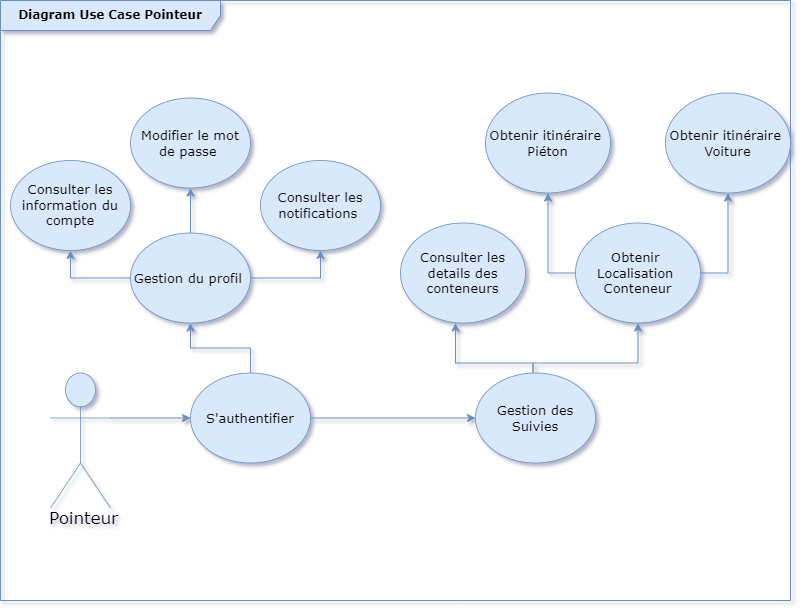
Earlier version of the draw.io export diagrammes/Diagramme UseCase Pointeur.drawio.png (AmineLadrem/Tracking-Containers). Source tidied: cells renumbered, new cells last; positions are measured from the earlier drawing's top-left corner, leaving out a move shared by most shapes.
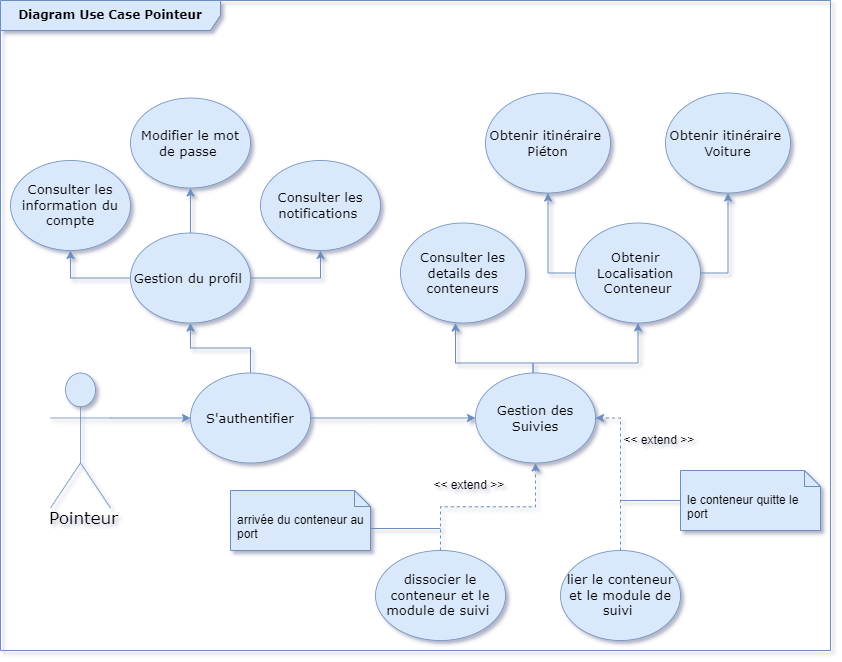
Later version of the same file.

The edit, as a diff of the source:
```diff
@@ -3,7 +3,7 @@
     <mxCell id="0" />
     <mxCell id="1" parent="0" />
     <mxCell id="2" value="&lt;font face=&quot;Verdana&quot;&gt;&lt;b&gt;Diagram Use Case Pointeur&lt;/b&gt;&lt;/font&gt;" style="shape=umlFrame;whiteSpace=wrap;html=1;width=220;fillColor=#dae8fc;strokeColor=#6c8ebf;height=30;" parent="1" vertex="1">
-      <mxGeometry width="790" height="600" as="geometry" />
+      <mxGeometry width="830" height="650" as="geometry" />
     </mxCell>
     <mxCell id="3" value="Consulter les &#10;details des conteneurs" style="html=1;overflow=block;blockSpacing=1;whiteSpace=wrap;ellipse;fontSize=13;spacing=3.8;strokeOpacity=100;rounded=1;absoluteArcSize=1;arcSize=9;strokeWidth=0.8;fillColor=#dae8fc;strokeColor=#6c8ebf;fontFamily=Verdana;" parent="2" vertex="1">
       <mxGeometry x="400" y="222.5" width="125" height="100" as="geometry" />
@@ -81,5 +81,39 @@
     <mxCell id="23" value="Consulter les notifications&amp;nbsp;" style="html=1;overflow=block;blockSpacing=1;whiteSpace=wrap;ellipse;fontSize=13;spacing=3.8;strokeOpacity=100;rounded=1;absoluteArcSize=1;arcSize=9;strokeWidth=0.8;fillColor=#dae8fc;strokeColor=#6c8ebf;fontFamily=Verdana;" parent="2" vertex="1">
       <mxGeometry x="260" y="160" width="120" height="90" as="geometry" />
     </mxCell>
+    <mxCell id="24" style="edgeStyle=orthogonalEdgeStyle;rounded=0;jettySize=auto;html=1;exitX=0.5;exitY=0;exitDx=0;exitDy=0;fillColor=#dae8fc;strokeColor=#6c8ebf;dashed=1;" parent="2" edge="1" source="25" target="8">
+      <mxGeometry relative="1" as="geometry" />
+    </mxCell>
+    <mxCell id="25" value="dissocier le conteneur et le module de suivi&amp;nbsp;" style="html=1;overflow=block;blockSpacing=1;whiteSpace=wrap;ellipse;fontSize=13;spacing=3.8;strokeOpacity=100;rounded=1;absoluteArcSize=1;arcSize=9;strokeWidth=0.8;fillColor=#dae8fc;strokeColor=#6c8ebf;fontFamily=Verdana;" parent="2" vertex="1">
+      <mxGeometry x="375" y="550" width="130" height="90" as="geometry" />
+    </mxCell>
+    <mxCell id="26" style="edgeStyle=orthogonalEdgeStyle;rounded=0;jettySize=auto;html=1;exitX=0.5;exitY=0;exitDx=0;exitDy=0;entryX=1;entryY=0.5;entryDx=0;entryDy=0;dashed=1;fillColor=#dae8fc;strokeColor=#6c8ebf;" parent="2" edge="1" source="27" target="8">
+      <mxGeometry relative="1" as="geometry" />
+    </mxCell>
+    <mxCell id="27" value="lier le conteneur et le module de suivi&amp;nbsp;" style="html=1;overflow=block;blockSpacing=1;whiteSpace=wrap;ellipse;fontSize=13;spacing=3.8;strokeOpacity=100;rounded=1;absoluteArcSize=1;arcSize=9;strokeWidth=0.8;fillColor=#dae8fc;strokeColor=#6c8ebf;fontFamily=Verdana;" parent="2" vertex="1">
+      <mxGeometry x="560" y="550" width="120" height="90" as="geometry" />
+    </mxCell>
+    <mxCell id="28" value="&amp;lt;&amp;lt; extend &amp;gt;&amp;gt;&amp;nbsp;" style="text;html=1;align=center;verticalAlign=middle;strokeColor=none;fillColor=none;" parent="2" vertex="1">
+      <mxGeometry x="610" y="425" width="100" height="30" as="geometry" />
+    </mxCell>
+    <mxCell id="29" value="&amp;lt;&amp;lt; extend &amp;gt;&amp;gt;&amp;nbsp;" style="text;html=1;align=center;verticalAlign=middle;strokeColor=none;fillColor=none;" parent="2" vertex="1">
+      <mxGeometry x="420" y="470" width="100" height="30" as="geometry" />
+    </mxCell>
+    <mxCell id="30" value="arrivée du conteneur au port&amp;nbsp;" style="shape=note2;boundedLbl=1;whiteSpace=wrap;html=1;size=16;verticalAlign=top;align=left;spacingLeft=5;fillColor=#dae8fc;strokeColor=#6c8ebf;" parent="2" vertex="1">
+      <mxGeometry x="230" y="490" width="140" height="60" as="geometry" />
+    </mxCell>
+    <mxCell id="31" style="edgeStyle=orthogonalEdgeStyle;rounded=0;jettySize=auto;html=1;exitX=0;exitY=0.5;exitDx=0;exitDy=0;exitPerimeter=0;endArrow=none;endFill=0;fillColor=#dae8fc;strokeColor=#6c8ebf;" parent="2" edge="1" source="32">
+      <mxGeometry relative="1" as="geometry">
+        <mxPoint x="620" y="500" as="targetPoint" />
+      </mxGeometry>
+    </mxCell>
+    <mxCell id="32" value="le conteneur quitte le port&amp;nbsp;" style="shape=note2;boundedLbl=1;whiteSpace=wrap;html=1;size=16;verticalAlign=top;align=left;spacingLeft=5;fillColor=#dae8fc;strokeColor=#6c8ebf;" parent="2" vertex="1">
+      <mxGeometry x="680" y="470" width="140" height="60" as="geometry" />
+    </mxCell>
+    <mxCell id="33" style="endArrow=none;html=1;rounded=0;exitX=0;exitY=0;exitDx=140;exitDy=38;exitPerimeter=0;fillColor=#dae8fc;strokeColor=#6c8ebf;" parent="1" edge="1" source="30">
+      <mxGeometry relative="1" as="geometry">
+        <mxPoint x="440" y="528" as="targetPoint" />
+      </mxGeometry>
+    </mxCell>
   </root>
 </mxGraphModel>
```
